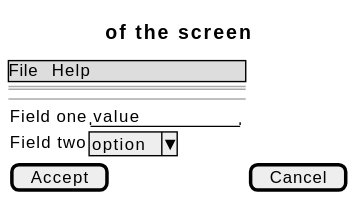
This is docs/01-requirements/use-cases/copyActivity/wireframes.svg from didactika/kampus, a PlantUML export, as it was before one commit.
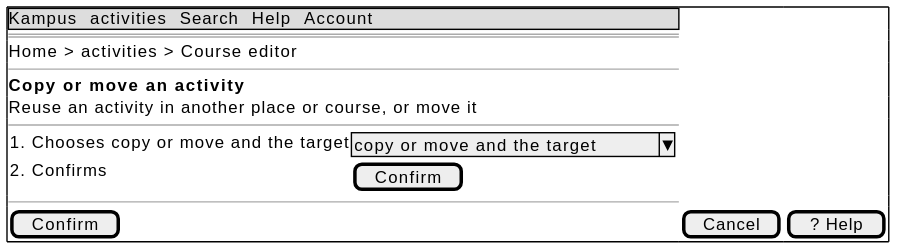
Later version of the same file.

Change to the diagram source:
```diff
@@ -1,13 +1,17 @@
 @startsalt
-{
-  {* File | Help }
+{+
+  {* Kampus | activities | Search | Help | Account }
   ==
-  Title of the screen
+  Home > activities > Course editor
+  --
+  <b>Copy or move an activity
+  Reuse an activity in another place or course, or move it
   --
   {
-    Field one | "value        "
-    Field two | ^option^
+    1. Chooses copy or move and the target | ^copy or move and the target^
+    2. Confirms | [ Confirm ]
   }
-  [ Accept ] | [ Cancel ]
+  --
+  [ Confirm ] | [ Cancel ] | [ ? Help ]
 }
 @endsalt
```
